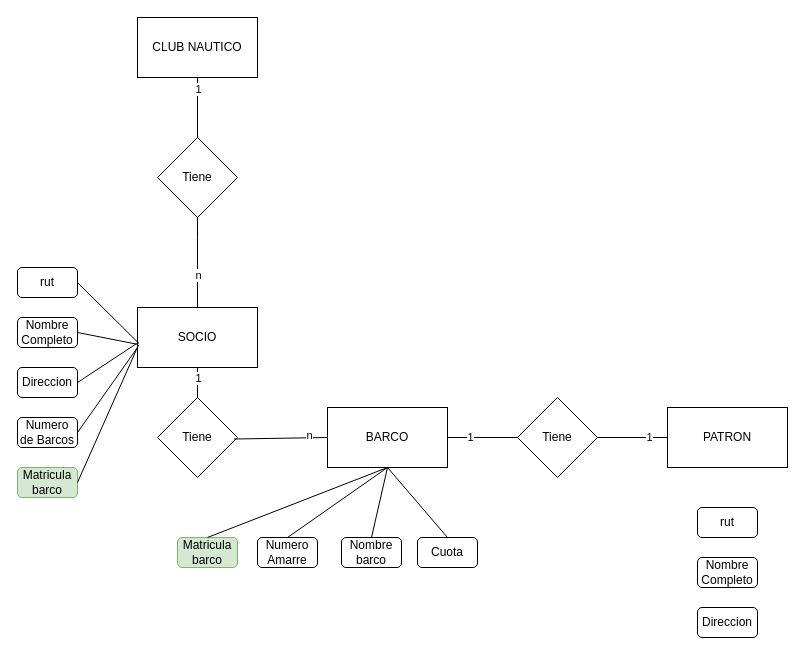
Mauro-Carcamo/clases_python keeps this draw.io diagram as Modulo4/Diagrama sin título.drawio. Above is the earlier version. Source tidied: cells renumbered, new cells numbered last; positions are measured from the earlier drawing's top-left corner, leaving out a move shared by most shapes. Both pictures are drawn from the tidied source at 100%, with x=0, y=0 at pixel (17, 17).
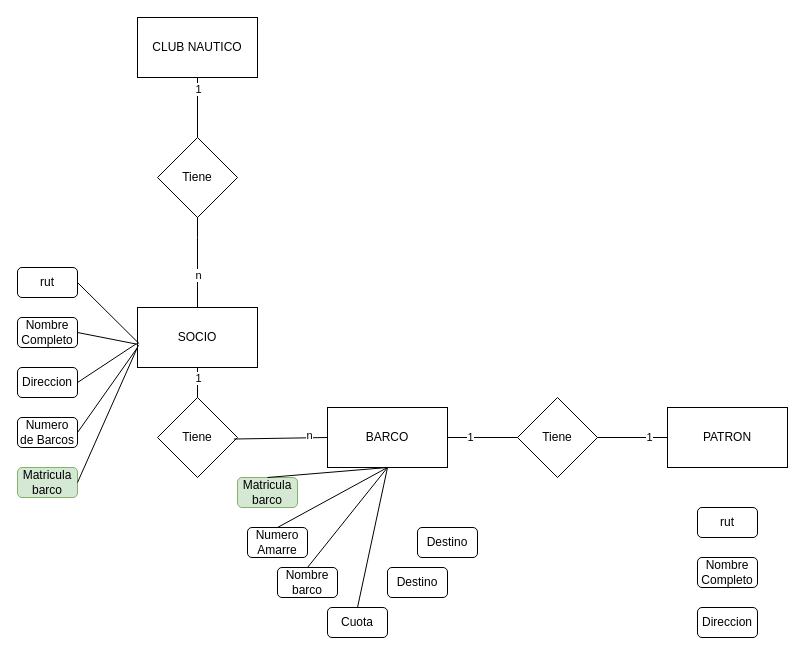
After the change.

Commit message:
club_naval

The edit, as a diff of the source:
```diff
@@
     <mxCell id="19" value="Matricula barco" style="rounded=1;whiteSpace=wrap;html=1;fillColor=#d5e8d4;strokeColor=#82b366;" parent="1" vertex="1">
-      <mxGeometry x="160" y="520" width="60" height="30" as="geometry" />
+      <mxGeometry x="220" y="460" width="60" height="30" as="geometry" />
     </mxCell>
     <mxCell id="20" value="Numero Amarre" style="rounded=1;whiteSpace=wrap;html=1;" parent="1" vertex="1">
-      <mxGeometry x="240" y="520" width="60" height="30" as="geometry" />
+      <mxGeometry x="230" y="510" width="60" height="30" as="geometry" />
     </mxCell>
     <mxCell id="21" value="Nombre barco" style="rounded=1;whiteSpace=wrap;html=1;" parent="1" vertex="1">
-      <mxGeometry x="324" y="520" width="60" height="30" as="geometry" />
+      <mxGeometry x="260" y="550" width="60" height="30" as="geometry" />
     </mxCell>
@@
     <mxCell id="40" value="Cuota" style="rounded=1;whiteSpace=wrap;html=1;" parent="1" vertex="1">
-      <mxGeometry x="400" y="520" width="60" height="30" as="geometry" />
+      <mxGeometry x="310" y="590" width="60" height="30" as="geometry" />
     </mxCell>
@@
+    <mxCell id="42" value="Destino" style="rounded=1;whiteSpace=wrap;html=1;" parent="1" vertex="1">
+      <mxGeometry x="370" y="550" width="60" height="30" as="geometry" />
+    </mxCell>
+    <mxCell id="43" value="Destino" style="rounded=1;whiteSpace=wrap;html=1;" parent="1" vertex="1">
+      <mxGeometry x="400" y="510" width="60" height="30" as="geometry" />
+    </mxCell>
```
